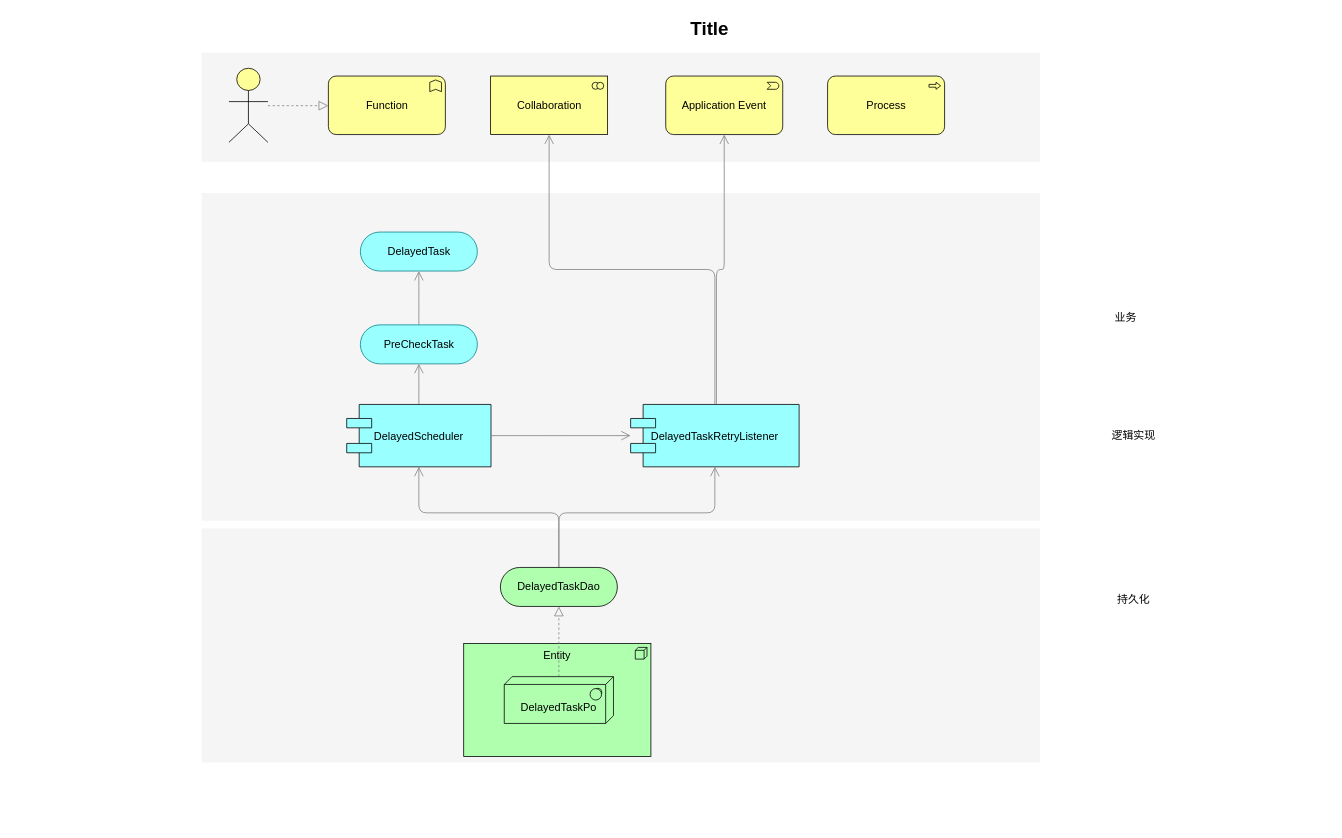
This is Untitled Diagram.drawio from eden2f/diagrams, a draw.io file, before an edit. Source tidied: cells renumbered, new cells numbered last; positions are measured from the earlier drawing's top-left corner, leaving out a move shared by most shapes. Both pictures are drawn from the tidied source at 78%, with x=0, y=0 at pixel (89, 13).
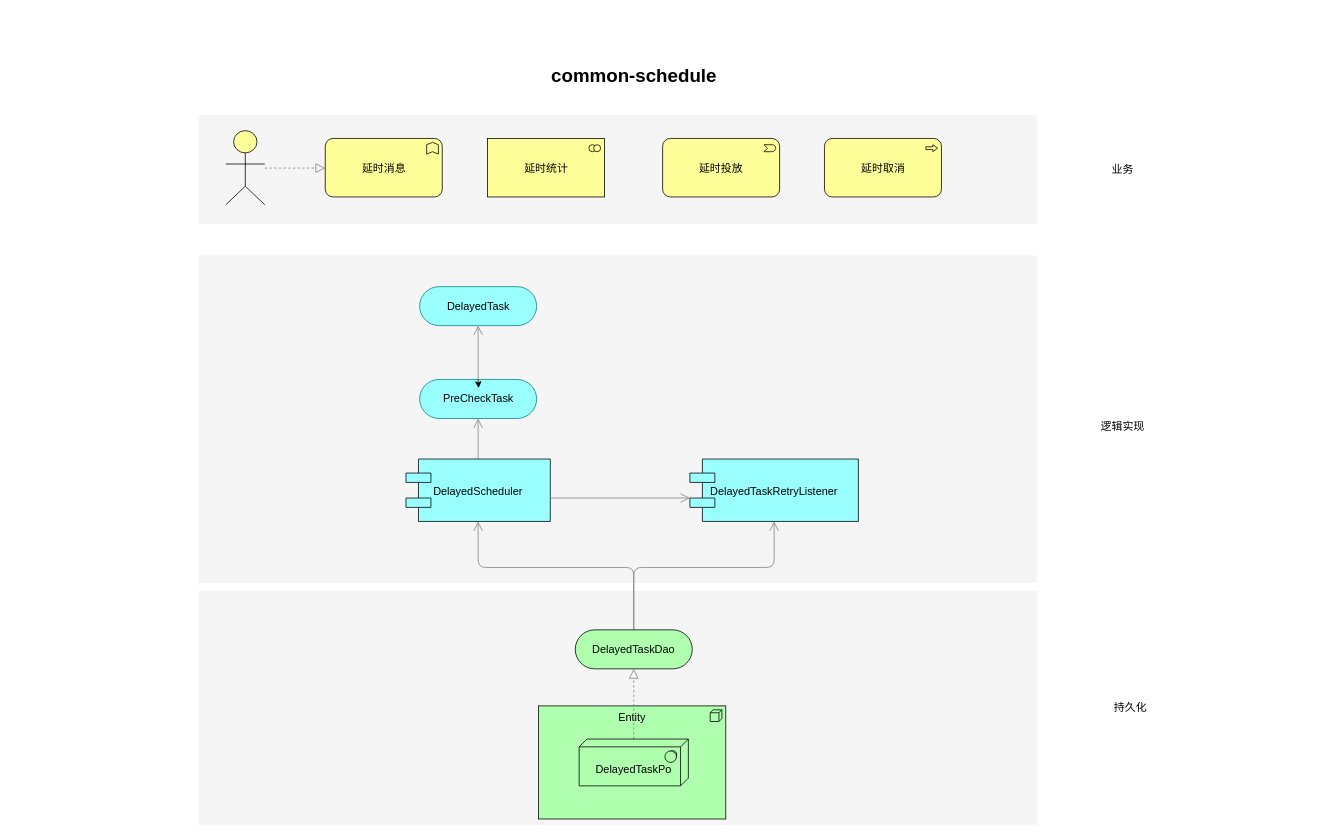
Above is the later version.

What changed in the source:
```diff
@@
     <mxCell id="2" style="whiteSpace=wrap;html=1;strokeColor=none;strokeWidth=1;fillColor=#f5f5f5;fontSize=14;" parent="1" vertex="1">
-      <mxGeometry x="144" y="660" width="1075" height="300" as="geometry" />
+      <mxGeometry x="140" y="740" width="1075" height="300" as="geometry" />
     </mxCell>
     <mxCell id="3" style="whiteSpace=wrap;html=1;strokeColor=none;strokeWidth=1;fillColor=#f5f5f5;fontSize=14;" parent="1" vertex="1">
-      <mxGeometry x="144" y="230" width="1075" height="420" as="geometry" />
+      <mxGeometry x="140" y="310" width="1075" height="420" as="geometry" />
     </mxCell>
     <mxCell id="4" style="whiteSpace=wrap;html=1;strokeColor=none;strokeWidth=1;fillColor=#f5f5f5;fontSize=14;" parent="1" vertex="1">
-      <mxGeometry x="144" y="50" width="1075" height="140" as="geometry" />
+      <mxGeometry x="140" y="130" width="1075" height="140" as="geometry" />
     </mxCell>
     <mxCell id="5" value="Entity" style="html=1;whiteSpace=wrap;fillColor=#AFFFAF;shape=mxgraph.archimate3.application;appType=node;archiType=square;fontSize=14;verticalAlign=top;" parent="1" vertex="1">
-      <mxGeometry x="480" y="807.5" width="240" height="145" as="geometry" />
+      <mxGeometry x="576" y="887.5" width="240" height="145" as="geometry" />
     </mxCell>
@@
     <mxCell id="7" value="&lt;div&gt;&lt;br&gt;&lt;/div&gt;DelayedTaskPo" style="html=1;whiteSpace=wrap;fillColor=#AFFFAF;shape=mxgraph.archimate3.tech;techType=sysSw;fontSize=14;" parent="1" vertex="1">
-      <mxGeometry x="532" y="850" width="140" height="60" as="geometry" />
+      <mxGeometry x="628" y="930" width="140" height="60" as="geometry" />
     </mxCell>
     <mxCell id="8" style="edgeStyle=elbowEdgeStyle;rounded=1;elbow=vertical;html=1;startSize=10;endArrow=open;endFill=0;endSize=10;jettySize=auto;strokeColor=#808080;fontSize=14;entryX=0.5;entryY=1;entryDx=0;entryDy=0;" parent="1" edge="1" source="10" target="14">
       <mxGeometry relative="1" as="geometry">
         <Array as="points">
-          <mxPoint x="700" y="640" />
+          <mxPoint x="786" y="710" />
         </Array>
       </mxGeometry>
     </mxCell>
     <mxCell id="9" style="edgeStyle=elbowEdgeStyle;rounded=1;elbow=vertical;html=1;startSize=10;endArrow=open;endFill=0;endSize=10;jettySize=auto;strokeColor=#808080;fontSize=14;exitX=0.5;exitY=0;exitPerimeter=0;entryX=0.5;entryY=1;entryDx=0;entryDy=0;exitDx=0;exitDy=0;" parent="1" edge="1" source="10" target="12">
       <mxGeometry relative="1" as="geometry">
         <Array as="points">
-          <mxPoint x="510" y="640" />
+          <mxPoint x="596" y="710" />
         </Array>
       </mxGeometry>
     </mxCell>
     <mxCell id="10" value="DelayedTaskDao" style="html=1;whiteSpace=wrap;fillColor=#AFFFAF;shape=mxgraph.archimate3.service;fontSize=14;" parent="1" vertex="1">
-      <mxGeometry x="527" y="710" width="150" height="50" as="geometry" />
+      <mxGeometry x="623" y="790" width="150" height="50" as="geometry" />
     </mxCell>
@@
     <mxCell id="12" value="DelayedScheduler" style="shape=component;align=center;fillColor=#99ffff;gradientColor=none;fontSize=14;" parent="1" vertex="1">
-      <mxGeometry x="330" y="501" width="185" height="80" as="geometry" />
+      <mxGeometry x="406" y="571" width="185" height="80" as="geometry" />
     </mxCell>
-    <mxCell id="13" style="edgeStyle=elbowEdgeStyle;rounded=1;elbow=vertical;html=1;startSize=10;endArrow=open;endFill=0;endSize=10;jettySize=auto;strokeColor=#808080;fontSize=14;" parent="1" edge="1" source="14" target="18">
-      <mxGeometry relative="1" as="geometry" />
-    </mxCell>
     <mxCell id="14" value="DelayedTaskRetryListener" style="shape=component;align=center;fillColor=#99ffff;gradientColor=none;fontSize=14;" parent="1" vertex="1">
-      <mxGeometry x="694" y="501" width="216" height="80" as="geometry" />
+      <mxGeometry x="770" y="571" width="216" height="80" as="geometry" />
     </mxCell>
-    <mxCell id="15" style="edgeStyle=elbowEdgeStyle;rounded=1;elbow=vertical;html=1;startSize=10;endArrow=open;endFill=0;endSize=10;jettySize=auto;strokeColor=#808080;fontSize=14;" parent="1" edge="1" target="19">
-      <mxGeometry relative="1" as="geometry">
-        <mxPoint x="804" y="500" as="sourcePoint" />
-      </mxGeometry>
-    </mxCell>
@@
-    <mxCell id="17" value="Function" style="html=1;whiteSpace=wrap;fillColor=#ffff99;shape=mxgraph.archimate3.application;appType=func;archiType=rounded;fontSize=14;" parent="1" vertex="1">
-      <mxGeometry x="306.5" y="80" width="150" height="75" as="geometry" />
+    <mxCell id="17" value="延时消息" style="html=1;whiteSpace=wrap;fillColor=#ffff99;shape=mxgraph.archimate3.application;appType=func;archiType=rounded;fontSize=14;" parent="1" vertex="1">
+      <mxGeometry x="302.5" y="160" width="150" height="75" as="geometry" />
     </mxCell>
-    <mxCell id="18" value="Collaboration" style="html=1;whiteSpace=wrap;fillColor=#ffff99;shape=mxgraph.archimate3.application;appType=collab;archiType=square;fontSize=14;" parent="1" vertex="1">
-      <mxGeometry x="514.5" y="80" width="150" height="75" as="geometry" />
+    <mxCell id="18" value="延时统计" style="html=1;whiteSpace=wrap;fillColor=#ffff99;shape=mxgraph.archimate3.application;appType=collab;archiType=square;fontSize=14;" parent="1" vertex="1">
+      <mxGeometry x="510.5" y="160" width="150" height="75" as="geometry" />
     </mxCell>
-    <mxCell id="19" value="Application Event" style="html=1;whiteSpace=wrap;fillColor=#ffff99;shape=mxgraph.archimate3.application;appType=event;archiType=rounded;fontSize=14;" parent="1" vertex="1">
-      <mxGeometry x="739" y="80" width="150" height="75" as="geometry" />
+    <mxCell id="19" value="延时投放" style="html=1;whiteSpace=wrap;fillColor=#ffff99;shape=mxgraph.archimate3.application;appType=event;archiType=rounded;fontSize=14;" parent="1" vertex="1">
+      <mxGeometry x="735" y="160" width="150" height="75" as="geometry" />
     </mxCell>
-    <mxCell id="20" value="Process" style="html=1;whiteSpace=wrap;fillColor=#ffff99;shape=mxgraph.archimate3.application;appType=proc;archiType=rounded;fontSize=14;" parent="1" vertex="1">
-      <mxGeometry x="946.5" y="80" width="150" height="75" as="geometry" />
+    <mxCell id="20" value="延时取消" style="html=1;whiteSpace=wrap;fillColor=#ffff99;shape=mxgraph.archimate3.application;appType=proc;archiType=rounded;fontSize=14;" parent="1" vertex="1">
+      <mxGeometry x="942.5" y="160" width="150" height="75" as="geometry" />
     </mxCell>
     <mxCell id="21" value="持久化" style="text;html=1;strokeColor=none;fillColor=none;align=center;verticalAlign=middle;whiteSpace=wrap;fontSize=14;" parent="1" vertex="1">
-      <mxGeometry x="1219" y="741" width="240" height="20" as="geometry" />
+      <mxGeometry x="1215" y="880" width="240" height="20" as="geometry" />
     </mxCell>
     <mxCell id="22" value="逻辑实现" style="text;html=1;strokeColor=none;fillColor=none;align=center;verticalAlign=middle;whiteSpace=wrap;fontSize=14;" parent="1" vertex="1">
-      <mxGeometry x="1219" y="531" width="240" height="20" as="geometry" />
+      <mxGeometry x="1205" y="519" width="240" height="20" as="geometry" />
     </mxCell>
     <mxCell id="23" value="业务" style="text;html=1;strokeColor=none;fillColor=none;align=center;verticalAlign=middle;whiteSpace=wrap;fontSize=14;" parent="1" vertex="1">
-      <mxGeometry x="1209" y="379" width="240" height="20" as="geometry" />
+      <mxGeometry x="1205" y="190" width="240" height="20" as="geometry" />
     </mxCell>
@@
     <mxCell id="25" style="html=1;whiteSpace=wrap;fillColor=#ffff99;shape=mxgraph.archimate3.actor;fontSize=14;" parent="1" vertex="1">
-      <mxGeometry x="179" y="70" width="50" height="95" as="geometry" />
+      <mxGeometry x="175" y="150" width="50" height="95" as="geometry" />
     </mxCell>
-    <mxCell id="26" value="Title" style="text;strokeColor=none;fillColor=none;html=1;fontSize=24;fontStyle=1;verticalAlign=middle;align=center;" parent="1" vertex="1">
-      <mxGeometry width="1590" height="40" as="geometry" />
+    <mxCell id="26" value="common-schedule" style="text;strokeColor=none;fillColor=none;html=1;fontSize=24;fontStyle=1;verticalAlign=middle;align=center;" parent="1" vertex="1">
+      <mxGeometry x="-97" y="60" width="1590" height="40" as="geometry" />
     </mxCell>
     <mxCell id="27" value="PreCheckTask" style="html=1;whiteSpace=wrap;shape=mxgraph.archimate3.service;fontSize=14;strokeColor=#0e8088;fillColor=#99FFFF;" parent="1" vertex="1">
-      <mxGeometry x="347.5" y="399" width="150" height="50" as="geometry" />
+      <mxGeometry x="423.5" y="469" width="150" height="50" as="geometry" />
     </mxCell>
     <mxCell id="28" value="DelayedTask" style="html=1;whiteSpace=wrap;shape=mxgraph.archimate3.service;fontSize=14;strokeColor=#0e8088;fillColor=#99FFFF;" parent="1" vertex="1">
-      <mxGeometry x="347.5" y="280" width="150" height="50" as="geometry" />
+      <mxGeometry x="423.5" y="350" width="150" height="50" as="geometry" />
     </mxCell>
     <mxCell id="29" style="edgeStyle=elbowEdgeStyle;rounded=1;elbow=vertical;html=1;startSize=10;endArrow=open;endFill=0;endSize=10;jettySize=auto;strokeColor=#808080;fontSize=14;" parent="1" edge="1" source="12" target="14">
       <mxGeometry relative="1" as="geometry">
         <Array as="points">
-          <mxPoint x="600" y="541" />
+          <mxPoint x="596" y="621" />
         </Array>
       </mxGeometry>
     </mxCell>
+    <mxCell id="30" style="edgeStyle=orthogonalEdgeStyle;rounded=0;orthogonalLoop=1;jettySize=auto;html=1;exitX=0.5;exitY=0;exitDx=0;exitDy=0;exitPerimeter=0;entryX=0.504;entryY=0.22;entryDx=0;entryDy=0;entryPerimeter=0;" parent="1" edge="1" source="27" target="27">
+      <mxGeometry relative="1" as="geometry" />
+    </mxCell>
```
